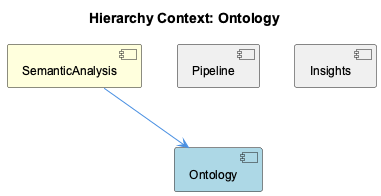
Before: knowledge-management/insights/images/ontology-relationship.png, a diagram exported from PlantUML (fwornle/coding).
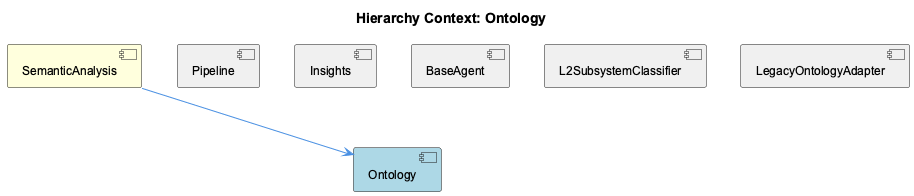
The same file after the commit.

What changed in the source:
```diff
@@ -7,9 +7,15 @@
 [Ontology] as ontology #LightBlue
 [Pipeline] as pipeline #F0F0F0
 [Insights] as insights #F0F0F0
+[BaseAgent] as base_agent #F0F0F0
+[L2SubsystemClassifier] as l2_subsystem_classifier #F0F0F0
+[LegacyOntologyAdapter] as legacy_ontology_adapter #F0F0F0
 
 semantic_analysis --> ontology
 pipeline -[hidden]- ontology
 insights -[hidden]- ontology
+base_agent -[hidden]- ontology
+l2_subsystem_classifier -[hidden]- ontology
+legacy_ontology_adapter -[hidden]- ontology
 
 @enduml
```
